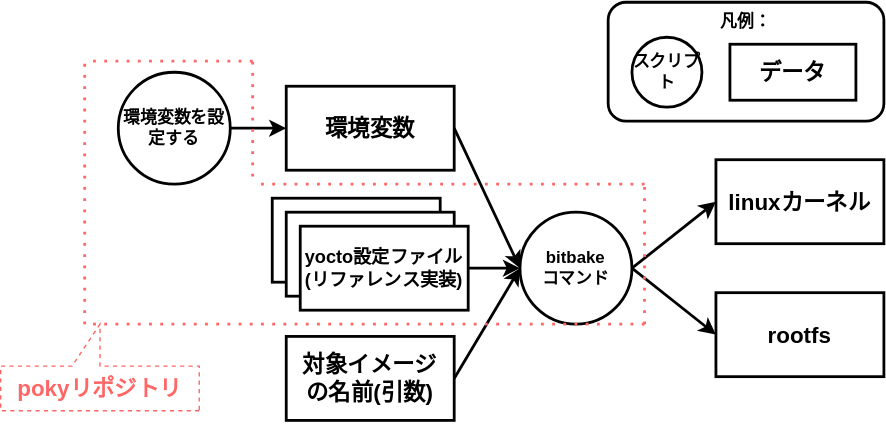
AngryMane/yocto-learning keeps this draw.io diagram as manual/docs/level-1/images/inout_poky.drawio.svg. Above is the earlier version. Source tidied: cells renumbered, new cells last; positions are measured from the earlier drawing's top-left corner, leaving out a move shared by most shapes.
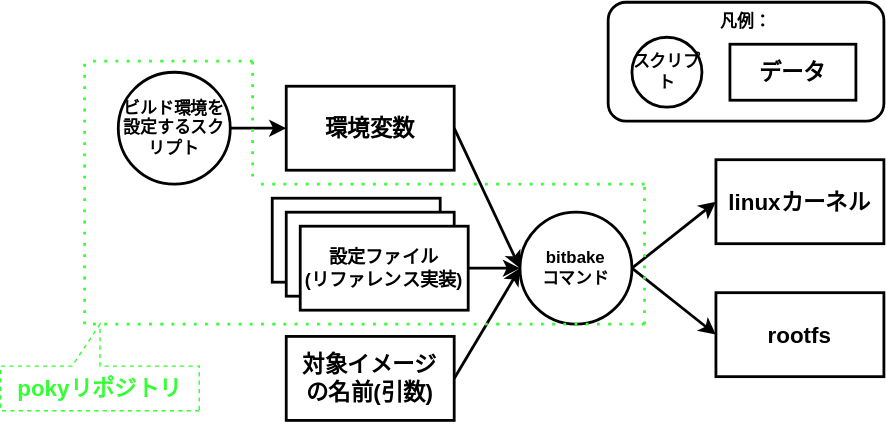
Above is the later version.

Change to the diagram source:
```diff
@@ -23,7 +23,7 @@
     <mxCell id="8" value="poky" style="rounded=0;whiteSpace=wrap;html=1;fontSize=16;fontStyle=1;strokeWidth=2;" parent="6" vertex="1">
       <mxGeometry x="10" y="10" width="120" height="60" as="geometry" />
     </mxCell>
-    <mxCell id="9" value="yocto設定ファイル&lt;br style=&quot;font-size: 13px;&quot;&gt;(リファレンス実装)" style="rounded=0;whiteSpace=wrap;html=1;fontSize=13;fontStyle=1;strokeWidth=2;" parent="6" vertex="1">
+    <mxCell id="9" value="設定ファイル&lt;br style=&quot;font-size: 13px&quot;&gt;(リファレンス実装)" style="rounded=0;whiteSpace=wrap;html=1;fontSize=13;fontStyle=1;strokeWidth=2;" parent="6" vertex="1">
       <mxGeometry x="20" y="20" width="120" height="60" as="geometry" />
     </mxCell>
     <mxCell id="10" style="edgeStyle=none;html=1;exitX=1;exitY=0.5;exitDx=0;exitDy=0;entryX=0;entryY=0.5;entryDx=0;entryDy=0;fontStyle=1;strokeWidth=2;" parent="1" edge="1" source="9" target="5">
@@ -50,40 +50,40 @@
     <mxCell id="17" style="edgeStyle=none;html=1;exitX=1;exitY=0.5;exitDx=0;exitDy=0;strokeWidth=2;" parent="1" edge="1" source="18" target="16">
       <mxGeometry relative="1" as="geometry" />
     </mxCell>
-    <mxCell id="18" value="環境変数を設定する" style="ellipse;whiteSpace=wrap;html=1;flipH=1;fontStyle=1;strokeWidth=2;" parent="1" vertex="1">
+    <mxCell id="18" value="ビルド環境を設定するスクリプト" style="ellipse;whiteSpace=wrap;html=1;flipH=1;fontStyle=1;strokeWidth=2;" parent="1" vertex="1">
       <mxGeometry x="84" y="50" width="80" height="80" as="geometry" />
     </mxCell>
-    <mxCell id="19" style="endArrow=none;dashed=1;html=1;dashPattern=1 3;strokeWidth=2;strokeColor=#FF6666;" parent="1" edge="1">
+    <mxCell id="19" style="endArrow=none;dashed=1;html=1;dashPattern=1 3;strokeWidth=2;strokeColor=#33FF33;fontColor=#33FF33;" parent="1" edge="1">
       <mxGeometry relative="1" as="geometry">
         <mxPoint x="60" y="230" as="sourcePoint" />
         <mxPoint x="60" y="40" as="targetPoint" />
       </mxGeometry>
     </mxCell>
-    <mxCell id="20" style="endArrow=none;dashed=1;html=1;dashPattern=1 3;strokeWidth=2;strokeColor=#FF6666;" parent="1" edge="1">
+    <mxCell id="20" style="endArrow=none;dashed=1;html=1;dashPattern=1 3;strokeWidth=2;strokeColor=#33FF33;" parent="1" edge="1">
       <mxGeometry relative="1" as="geometry">
         <mxPoint x="180" y="42" as="sourcePoint" />
         <mxPoint x="60" y="42" as="targetPoint" />
       </mxGeometry>
     </mxCell>
-    <mxCell id="21" style="endArrow=none;dashed=1;html=1;dashPattern=1 3;strokeWidth=2;strokeColor=#FF6666;" parent="1" edge="1">
+    <mxCell id="21" style="endArrow=none;dashed=1;html=1;dashPattern=1 3;strokeWidth=2;strokeColor=#33FF33;" parent="1" edge="1">
       <mxGeometry relative="1" as="geometry">
         <mxPoint x="180" y="42.5" as="sourcePoint" />
         <mxPoint x="180" y="130" as="targetPoint" />
       </mxGeometry>
     </mxCell>
-    <mxCell id="22" style="endArrow=none;dashed=1;html=1;dashPattern=1 3;strokeWidth=2;strokeColor=#FF6666;" parent="1" edge="1">
+    <mxCell id="22" style="endArrow=none;dashed=1;html=1;dashPattern=1 3;strokeWidth=2;strokeColor=#33FF33;" parent="1" edge="1">
       <mxGeometry relative="1" as="geometry">
         <mxPoint x="460" y="130" as="sourcePoint" />
         <mxPoint x="180" y="130" as="targetPoint" />
       </mxGeometry>
     </mxCell>
-    <mxCell id="23" style="endArrow=none;dashed=1;html=1;dashPattern=1 3;strokeWidth=2;strokeColor=#FF6666;" parent="1" edge="1">
+    <mxCell id="23" style="endArrow=none;dashed=1;html=1;dashPattern=1 3;strokeWidth=2;strokeColor=#33FF33;" parent="1" edge="1">
       <mxGeometry relative="1" as="geometry">
         <mxPoint x="460" y="230" as="sourcePoint" />
         <mxPoint x="460" y="130" as="targetPoint" />
       </mxGeometry>
     </mxCell>
-    <mxCell id="24" value="pokyリポジトリ" style="shape=callout;whiteSpace=wrap;html=1;perimeter=calloutPerimeter;dashed=1;strokeWidth=1;fillColor=none;direction=west;strokeColor=#FF6666;fontColor=#FF6666;fontStyle=1;fontSize=16;" parent="1" vertex="1">
+    <mxCell id="24" value="pokyリポジトリ" style="shape=callout;whiteSpace=wrap;html=1;perimeter=calloutPerimeter;dashed=1;strokeWidth=1;fillColor=none;direction=west;strokeColor=#33FF33;fontColor=#33FF33;fontStyle=1;fontSize=16;" parent="1" vertex="1">
       <mxGeometry y="230" width="141.9" height="61.9" as="geometry" />
     </mxCell>
     <mxCell id="25" value="linuxカーネル" style="rounded=0;whiteSpace=wrap;html=1;fontSize=16;fontStyle=1;strokeWidth=2;" parent="1" vertex="1">
@@ -92,7 +92,7 @@
     <mxCell id="26" value="rootfs" style="rounded=0;whiteSpace=wrap;html=1;fontSize=16;fontStyle=1;strokeWidth=2;" parent="1" vertex="1">
       <mxGeometry x="511" y="207.5" width="120" height="60" as="geometry" />
     </mxCell>
-    <mxCell id="27" style="endArrow=none;dashed=1;html=1;dashPattern=1 3;strokeWidth=2;strokeColor=#FF6666;" parent="1" edge="1">
+    <mxCell id="27" style="endArrow=none;dashed=1;html=1;dashPattern=1 3;strokeWidth=2;strokeColor=#33FF33;" parent="1" edge="1">
       <mxGeometry relative="1" as="geometry">
         <mxPoint x="460" y="230" as="sourcePoint" />
         <mxPoint x="60" y="230" as="targetPoint" />
```
